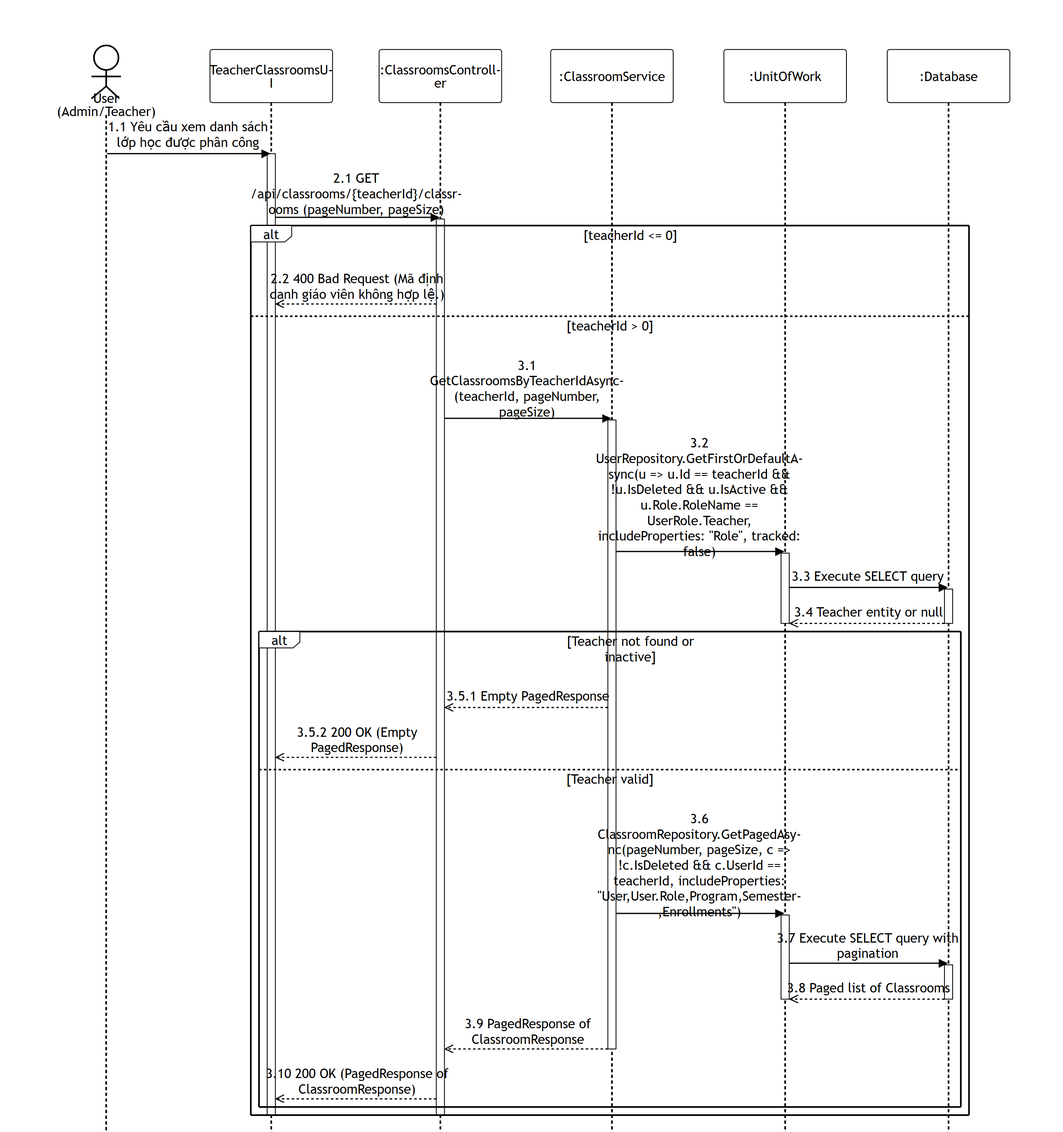
Before: 03-classroom-management/images/apis/get-classrooms-by-teacher.png, a diagram exported from Mermaid (PhucAnDev/docx-diagram). Its source is kept beside it as 03-classroom-management/sequence-diagram/apis/get-classrooms-by-teacher.mmd.
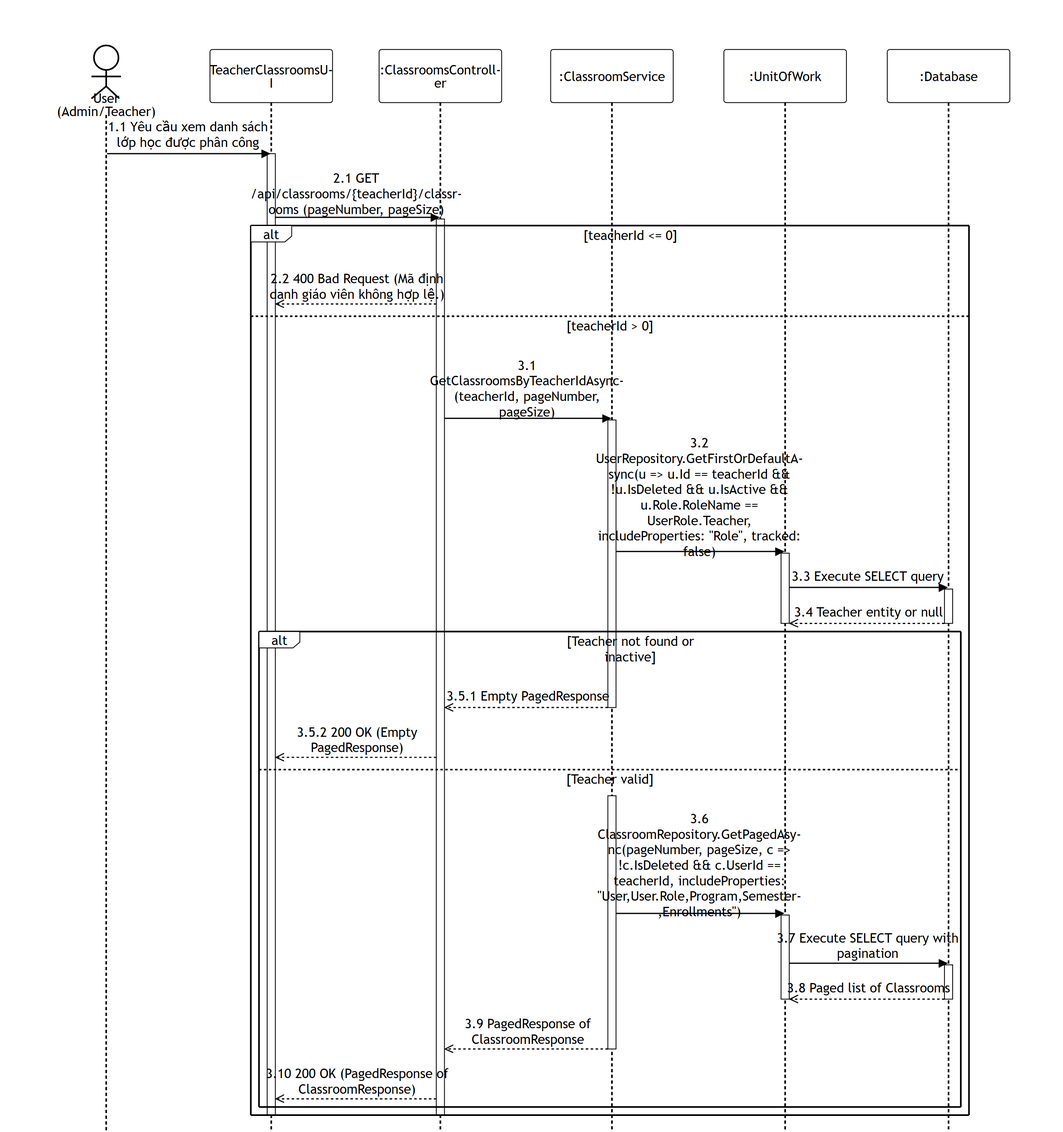
After the commit.

The edit, as a diff of the source:
```diff
@@ -32,6 +32,7 @@
             deactivate Service
             Endpoint-->>UI: 3.5.2 200 OK (Empty PagedResponse)
         else Teacher valid
+            activate Service
             Service->>DB: 3.6 ClassroomRepository.GetPagedAsync(pageNumber, pageSize, c => !c.IsDeleted && c.UserId == teacherId, includeProperties: "User,User.Role,Program,Semester,Enrollments")
             activate DB
             DB->>Database: 3.7 Execute SELECT query with pagination
```
